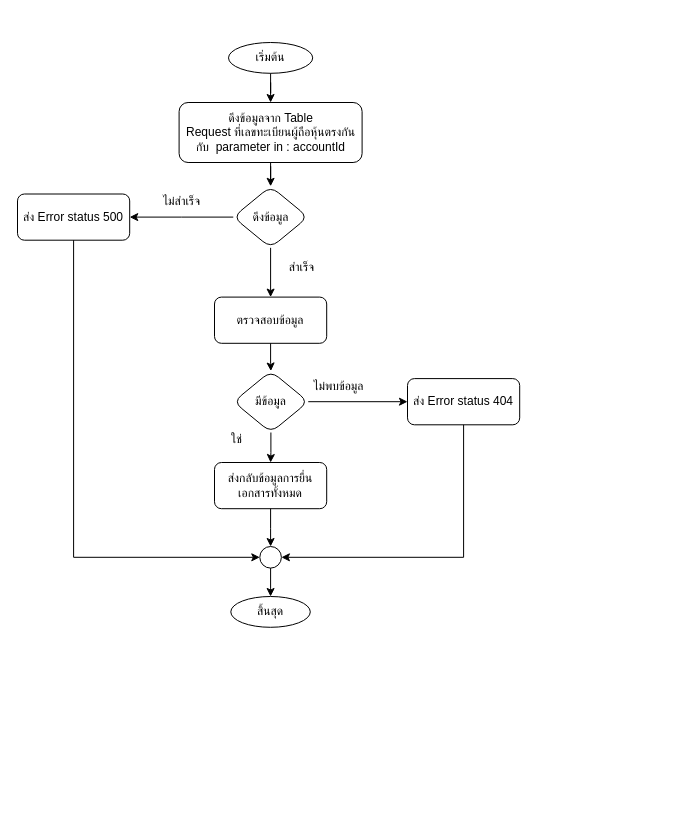
Before: getRequestByCitizen.drawio in charifrodmanee/charifrodmanee, a draw.io diagram. Source tidied: cells renumbered, new cells numbered last; positions are measured from the earlier drawing's top-left corner, leaving out a move shared by most shapes. Both pictures are drawn from the tidied source at 100%, with x=0, y=0 at pixel (17, 42).
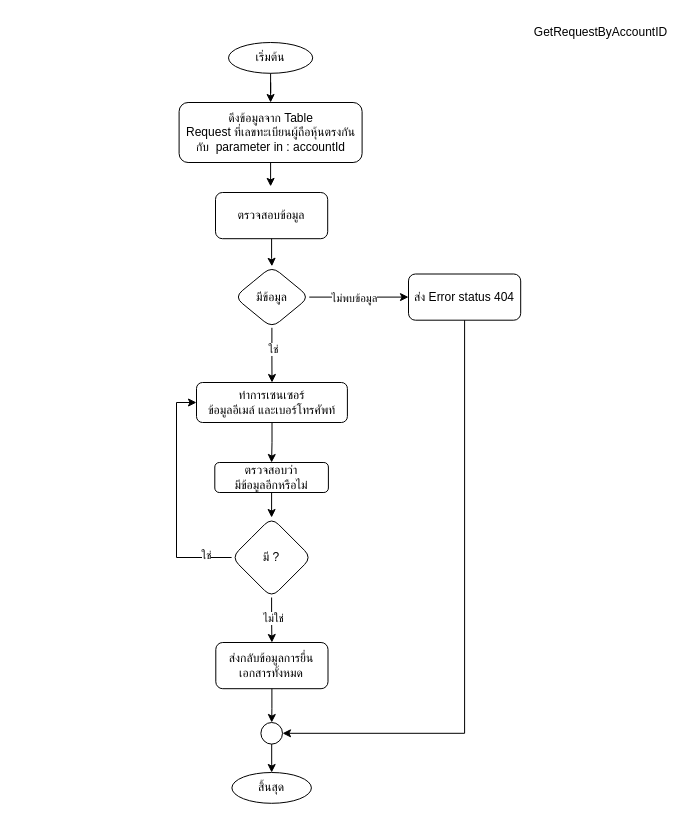
After the change.

Unchanged cells that the change refers to:
```xml
<mxCell id="26" style="ellipse;whiteSpace=wrap;html=1;" parent="23" vertex="1">
  <mxGeometry x="29" width="21.6" height="21.6" as="geometry" />
</mxCell>
```

Diff of the diagram source:
```diff
@@
-    <mxCell id="2" style="group;" parent="1" vertex="1">
-      <mxGeometry width="502.2" height="584.8" as="geometry" />
-    </mxCell>
-    <mxCell id="3" value="ส่ง Error status 500" style="whiteSpace=wrap;html=1;rounded=1;" parent="2" vertex="1">
-      <mxGeometry y="151.5" width="112.2" height="46.2" as="geometry" />
-    </mxCell>
+    <mxCell id="13" value="เริ่มต้น" style="ellipse;whiteSpace=wrap;html=1;rounded=1;glass=0;strokeWidth=1;shadow=0;" parent="1" vertex="1">
+      <mxGeometry x="211" width="84.2" height="30.8" as="geometry" />
+    </mxCell>
+    <mxCell id="14" value="ดึงข้อมูลจาก Table&lt;br&gt;Request ที่เลขทะเบียนผู้ถือหุ้นตรงกันกับ&amp;nbsp; parameter in : accountId" style="rounded=1;whiteSpace=wrap;html=1;" parent="1" vertex="1">
+      <mxGeometry x="161.6" y="60" width="183" height="60" as="geometry" />
+    </mxCell>
+    <mxCell id="15" style="edgeStyle=orthogonalEdgeStyle;rounded=0;jettySize=auto;html=1;entryX=0.5;entryY=0;entryDx=0;entryDy=0;" parent="1" edge="1" source="13" target="14">
+      <mxGeometry relative="1" as="geometry" />
+    </mxCell>
+    <mxCell id="16" style="edgeStyle=orthogonalEdgeStyle;rounded=0;jettySize=auto;html=1;endArrow=classic;endFill=1;" parent="1" edge="1" source="14">
+      <mxGeometry relative="1" as="geometry">
+        <mxPoint x="253.1" y="143.9" as="targetPoint" />
+      </mxGeometry>
+    </mxCell>
+    <mxCell id="29" value="GetRequestByAccountID" style="text;html=1;align=center;verticalAlign=middle;strokeColor=none;fillColor=none;" parent="1" vertex="1">
+      <mxGeometry x="503" y="-25" width="160" height="30" as="geometry" />
+    </mxCell>
+    <mxCell id="30" style="edgeStyle=orthogonalEdgeStyle;rounded=0;jettySize=auto;html=1;" parent="1" edge="1" source="4" target="33">
+      <mxGeometry relative="1" as="geometry" />
+    </mxCell>
+    <mxCell id="31" value="ใช่" style="edgeLabel;html=1;align=center;verticalAlign=middle;" parent="30" vertex="1">
+      <mxGeometry x="-0.25" y="1" relative="1" as="geometry" />
+    </mxCell>
-    <mxCell id="4" value="มีข้อมูล" style="rhombus;whiteSpace=wrap;html=1;rounded=1;" parent="2" vertex="1">
-      <mxGeometry x="216" y="328.5" width="74.8" height="61.5" as="geometry" />
+    <mxCell id="4" value="มีข้อมูล" style="rhombus;whiteSpace=wrap;html=1;rounded=1;" parent="1" vertex="1">
+      <mxGeometry x="217" y="223.8" width="74.8" height="61.5" as="geometry" />
     </mxCell>
-    <mxCell id="5" value="ส่ง Error status 404" style="whiteSpace=wrap;html=1;rounded=1;" parent="2" vertex="1">
-      <mxGeometry x="390" y="336.1" width="112.2" height="46.2" as="geometry" />
+    <mxCell id="5" value="ส่ง Error status 404" style="whiteSpace=wrap;html=1;rounded=1;" parent="1" vertex="1">
+      <mxGeometry x="391" y="231.5" width="112.2" height="46.2" as="geometry" />
     </mxCell>
-    <mxCell id="6" style="edgeStyle=orthogonalEdgeStyle;rounded=0;jettySize=auto;html=1;endArrow=classic;endFill=1;entryX=0;entryY=0.5;entryDx=0;entryDy=0;" parent="2" edge="1" source="4" target="5">
+    <mxCell id="6" style="edgeStyle=orthogonalEdgeStyle;rounded=0;jettySize=auto;html=1;endArrow=classic;endFill=1;entryX=0;entryY=0.5;entryDx=0;entryDy=0;" parent="1" edge="1" source="4" target="5">
       <mxGeometry relative="1" as="geometry">
         <Array as="points">
-          <mxPoint x="390" y="359" />
-          <mxPoint x="400" y="360" />
+          <mxPoint x="391" y="254.4" />
+          <mxPoint x="401" y="255.4" />
         </Array>
       </mxGeometry>
     </mxCell>
-    <mxCell id="7" value="ไม่พบข้อมูล" style="text;html=1;align=center;verticalAlign=middle;strokeColor=none;fillColor=none;" parent="2" vertex="1">
-      <mxGeometry x="280.5" y="328.5" width="80" height="30" as="geometry" />
+    <mxCell id="7" value="ไม่พบข้อมูล" style="edgeLabel;html=1;align=center;verticalAlign=middle;" parent="6" vertex="1">
+      <mxGeometry x="-0.1" y="-1" relative="1" as="geometry" />
     </mxCell>
-    <mxCell id="8" value="ใช่" style="text;html=1;align=center;verticalAlign=middle;strokeColor=none;fillColor=none;" parent="2" vertex="1">
-      <mxGeometry x="199" y="382.3" width="40" height="30" as="geometry" />
-    </mxCell>
-    <mxCell id="9" value="ส่งกลับข้อมูลการยื่นเอกสารทั้งหมด" style="whiteSpace=wrap;html=1;rounded=1;" parent="2" vertex="1">
-      <mxGeometry x="197" y="420" width="112.2" height="46.2" as="geometry" />
+    <mxCell id="9" value="ส่งกลับข้อมูลการยื่นเอกสารทั้งหมด" style="whiteSpace=wrap;html=1;rounded=1;" parent="1" vertex="1">
+      <mxGeometry x="198.3" y="600" width="112.2" height="46.2" as="geometry" />
     </mxCell>
-    <mxCell id="10" style="edgeStyle=orthogonalEdgeStyle;rounded=0;jettySize=auto;html=1;endArrow=classic;endFill=1;entryX=0.5;entryY=0;entryDx=0;entryDy=0;" parent="2" edge="1" source="4" target="9">
-      <mxGeometry relative="1" as="geometry" />
-    </mxCell>
-    <mxCell id="11" style="edgeStyle=orthogonalEdgeStyle;rounded=0;jettySize=auto;html=1;entryX=0;entryY=0.5;entryDx=0;entryDy=0;endArrow=classic;endFill=1;exitX=0.5;exitY=1;exitDx=0;exitDy=0;" parent="2" edge="1" source="3" target="26">
-      <mxGeometry relative="1" as="geometry" />
-    </mxCell>
-    <mxCell id="12" style="edgeStyle=orthogonalEdgeStyle;rounded=0;jettySize=auto;html=1;endArrow=classic;endFill=1;" parent="2" edge="1" source="9" target="26">
+    <mxCell id="12" style="edgeStyle=orthogonalEdgeStyle;rounded=0;jettySize=auto;html=1;endArrow=classic;endFill=1;" parent="1" edge="1" source="9" target="26">
       <mxGeometry relative="1" as="geometry" />
     </mxCell>
-    <mxCell id="13" value="เริ่มต้น" style="ellipse;whiteSpace=wrap;html=1;rounded=1;glass=0;strokeWidth=1;shadow=0;" parent="2" vertex="1">
-      <mxGeometry x="211" width="84.2" height="30.8" as="geometry" />
-    </mxCell>
-    <mxCell id="14" value="ดึงข้อมูลจาก Table&lt;br&gt;Request ที่เลขทะเบียนผู้ถือหุ้นตรงกันกับ&amp;nbsp; parameter in : accountId" style="rounded=1;whiteSpace=wrap;html=1;" parent="2" vertex="1">
-      <mxGeometry x="161.6" y="60" width="183" height="60" as="geometry" />
-    </mxCell>
-    <mxCell id="15" style="edgeStyle=orthogonalEdgeStyle;rounded=0;jettySize=auto;html=1;entryX=0.5;entryY=0;entryDx=0;entryDy=0;" parent="2" edge="1" source="13" target="14">
-      <mxGeometry relative="1" as="geometry" />
-    </mxCell>
-    <mxCell id="16" style="edgeStyle=orthogonalEdgeStyle;rounded=0;jettySize=auto;html=1;endArrow=classic;endFill=1;" parent="2" edge="1" source="14" target="20">
-      <mxGeometry relative="1" as="geometry" />
-    </mxCell>
-    <mxCell id="17" value="ตรวจสอบข้อมูล" style="whiteSpace=wrap;html=1;rounded=1;" parent="2" vertex="1">
-      <mxGeometry x="197" y="254.6" width="112.2" height="46.2" as="geometry" />
+    <mxCell id="17" value="ตรวจสอบข้อมูล" style="whiteSpace=wrap;html=1;rounded=1;" parent="1" vertex="1">
+      <mxGeometry x="198" y="150" width="112.2" height="46.2" as="geometry" />
     </mxCell>
-    <mxCell id="18" style="edgeStyle=orthogonalEdgeStyle;rounded=0;jettySize=auto;html=1;endArrow=classic;endFill=1;" parent="2" edge="1" source="17" target="4">
+    <mxCell id="18" style="edgeStyle=orthogonalEdgeStyle;rounded=0;jettySize=auto;html=1;endArrow=classic;endFill=1;" parent="1" edge="1" source="17" target="4">
       <mxGeometry relative="1" as="geometry" />
     </mxCell>
-    <mxCell id="19" style="edgeStyle=orthogonalEdgeStyle;rounded=0;jettySize=auto;html=1;endArrow=classic;endFill=1;" parent="2" edge="1" source="20" target="17">
-      <mxGeometry relative="1" as="geometry" />
-    </mxCell>
-    <mxCell id="20" value="ดึงข้อมูล" style="rhombus;whiteSpace=wrap;html=1;rounded=1;" parent="2" vertex="1">
-      <mxGeometry x="215.7" y="143.8" width="74.8" height="61.5" as="geometry" />
-    </mxCell>
-    <mxCell id="21" value="ไม่สำเร็จ" style="text;html=1;align=center;verticalAlign=middle;strokeColor=none;fillColor=none;" parent="2" vertex="1">
-      <mxGeometry x="129" y="143.9" width="70" height="30" as="geometry" />
-    </mxCell>
-    <mxCell id="22" value="สำเร็จ" style="text;html=1;align=center;verticalAlign=middle;strokeColor=none;fillColor=none;" parent="2" vertex="1">
-      <mxGeometry x="259.2" y="210" width="50" height="30" as="geometry" />
-    </mxCell>
-    <mxCell id="23" style="group;" parent="2" vertex="1">
-      <mxGeometry x="213.3" y="504" width="79.5" height="80.8" as="geometry" />
+    <mxCell id="23" style="group;" parent="1" vertex="1">
+      <mxGeometry x="214.4" y="680" width="79.5" height="80.8" as="geometry" />
     </mxCell>
@@
-    <mxCell id="27" style="edgeStyle=orthogonalEdgeStyle;rounded=0;jettySize=auto;html=1;entryX=1;entryY=0.5;entryDx=0;entryDy=0;endArrow=classic;endFill=1;" parent="2" edge="1" source="20" target="3">
-      <mxGeometry relative="1" as="geometry" />
-    </mxCell>
-    <mxCell id="28" style="edgeStyle=orthogonalEdgeStyle;rounded=0;jettySize=auto;html=1;entryX=1;entryY=0.5;entryDx=0;entryDy=0;endArrow=classic;endFill=1;" parent="2" edge="1" source="5" target="26">
+    <mxCell id="28" style="edgeStyle=orthogonalEdgeStyle;rounded=0;jettySize=auto;html=1;entryX=1;entryY=0.5;entryDx=0;entryDy=0;endArrow=classic;endFill=1;" parent="1" edge="1" source="5" target="26">
       <mxGeometry relative="1" as="geometry">
         <Array as="points">
-          <mxPoint x="446" y="515" />
+          <mxPoint x="447" y="691" />
         </Array>
       </mxGeometry>
     </mxCell>
+    <mxCell id="32" style="edgeStyle=orthogonalEdgeStyle;rounded=0;jettySize=auto;html=1;" parent="1" edge="1" source="33" target="35">
+      <mxGeometry relative="1" as="geometry" />
+    </mxCell>
+    <mxCell id="33" value="ทำการเซนเซอร์&lt;br&gt;ข้อมูลอีเมล์ และเบอร์โทรศัพท์" style="whiteSpace=wrap;html=1;rounded=1;" parent="1" vertex="1">
+      <mxGeometry x="179" y="340" width="150.9" height="40" as="geometry" />
+    </mxCell>
+    <mxCell id="34" style="edgeStyle=orthogonalEdgeStyle;rounded=0;jettySize=auto;html=1;" parent="1" edge="1" source="35" target="40">
+      <mxGeometry relative="1" as="geometry" />
+    </mxCell>
+    <mxCell id="35" value="ตรวจสอบว่า&lt;br&gt;มีข้อมูลอีกหรือไม่" style="whiteSpace=wrap;html=1;rounded=1;" parent="1" vertex="1">
+      <mxGeometry x="197.3" y="420" width="113.6" height="30" as="geometry" />
+    </mxCell>
+    <mxCell id="36" style="edgeStyle=orthogonalEdgeStyle;rounded=0;jettySize=auto;html=1;" parent="1" edge="1" source="40" target="9">
+      <mxGeometry relative="1" as="geometry" />
+    </mxCell>
+    <mxCell id="37" value="ไม่ใช่" style="edgeLabel;html=1;align=center;verticalAlign=middle;" parent="36" vertex="1">
+      <mxGeometry x="-0.1" y="1" relative="1" as="geometry" />
+    </mxCell>
+    <mxCell id="38" style="edgeStyle=orthogonalEdgeStyle;rounded=0;jettySize=auto;html=1;entryX=0;entryY=0.5;entryDx=0;entryDy=0;" parent="1" edge="1" source="40" target="33">
+      <mxGeometry relative="1" as="geometry">
+        <Array as="points">
+          <mxPoint x="159" y="515" />
+          <mxPoint x="159" y="360" />
+        </Array>
+      </mxGeometry>
+    </mxCell>
+    <mxCell id="39" value="ใช่" style="edgeLabel;html=1;align=center;verticalAlign=middle;" parent="38" vertex="1">
+      <mxGeometry x="-0.77" y="-3" relative="1" as="geometry" />
+    </mxCell>
+    <mxCell id="40" value="มี ?" style="rhombus;whiteSpace=wrap;html=1;rounded=1;" parent="1" vertex="1">
+      <mxGeometry x="214.1" y="475" width="80" height="80" as="geometry" />
+    </mxCell>
```
